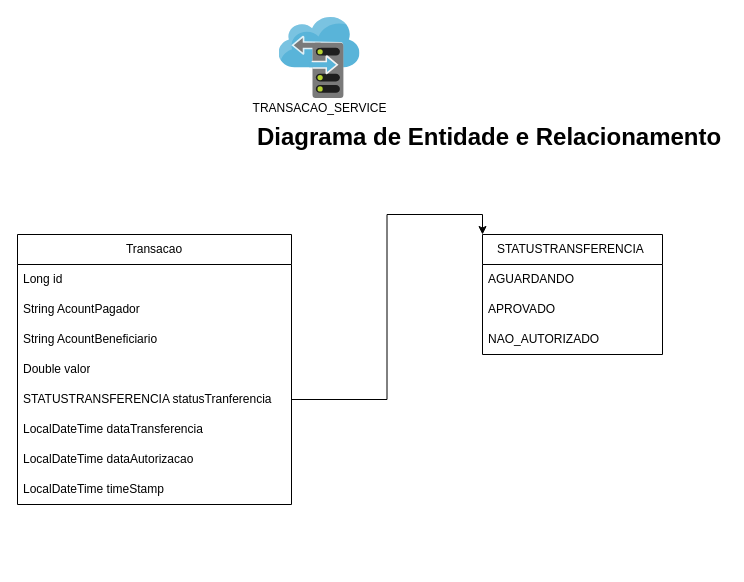
This is page "Diagrama TRANSACAO_SERVICE Nível 3" (7 of 8) of Documentação/Diagrama de funcionamento.drawio from marcelquin/BancoFake, a draw.io file, before an edit. Source tidied: cells renumbered, new cells numbered last; positions are measured from the earlier drawing's top-left corner, leaving out a move shared by most shapes. Both pictures are drawn from the tidied source at 100%, with x=0, y=0 at pixel (17, 17).
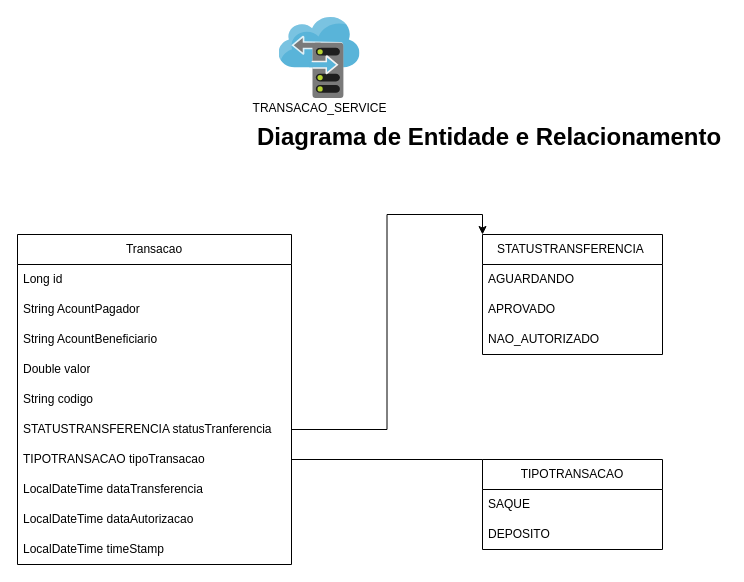
The same page after the edit.

Change to the diagram source:
```diff
@@
     <mxCell id="6" value="Transacao" style="swimlane;fontStyle=0;horizontal=1;startSize=30;whiteSpace=wrap;html=1;" parent="1" vertex="1">
-      <mxGeometry y="217" width="274" height="270" as="geometry" />
+      <mxGeometry y="217" width="274" height="330" as="geometry" />
     </mxCell>
@@
+    <mxCell id="20" value="String codigo" style="text;strokeColor=none;fillColor=none;align=left;verticalAlign=middle;spacingLeft=4;spacingRight=4;overflow=hidden;whiteSpace=wrap;html=1;" parent="6" vertex="1">
+      <mxGeometry y="150" width="274" height="30" as="geometry" />
+    </mxCell>
     <mxCell id="11" value="STATUSTRANSFERENCIA statusTranferencia" style="text;strokeColor=none;fillColor=none;align=left;verticalAlign=middle;spacingLeft=4;spacingRight=4;overflow=hidden;points=[[0,0.5],[1,0.5]];portConstraint=eastwest;whiteSpace=wrap;html=1;" parent="6" vertex="1">
-      <mxGeometry y="150" width="274" height="30" as="geometry" />
+      <mxGeometry y="180" width="274" height="30" as="geometry" />
     </mxCell>
+    <mxCell id="21" value="TIPOTRANSACAO tipoTransacao" style="text;strokeColor=none;fillColor=none;align=left;verticalAlign=middle;spacingLeft=4;spacingRight=4;overflow=hidden;points=[[0,0.5],[1,0.5]];portConstraint=eastwest;whiteSpace=wrap;html=1;" parent="6" vertex="1">
+      <mxGeometry y="210" width="274" height="30" as="geometry" />
+    </mxCell>
     <mxCell id="12" value="LocalDateTime dataTransferencia" style="text;strokeColor=none;fillColor=none;align=left;verticalAlign=middle;spacingLeft=4;spacingRight=4;overflow=hidden;whiteSpace=wrap;html=1;" parent="6" vertex="1">
-      <mxGeometry y="180" width="274" height="30" as="geometry" />
+      <mxGeometry y="240" width="274" height="30" as="geometry" />
     </mxCell>
     <mxCell id="13" value="LocalDateTime dataAutorizacao" style="text;strokeColor=none;fillColor=none;align=left;verticalAlign=middle;spacingLeft=4;spacingRight=4;overflow=hidden;whiteSpace=wrap;html=1;" parent="6" vertex="1">
-      <mxGeometry y="210" width="274" height="30" as="geometry" />
+      <mxGeometry y="270" width="274" height="30" as="geometry" />
     </mxCell>
     <mxCell id="14" value="LocalDateTime timeStamp" style="text;strokeColor=none;fillColor=none;align=left;verticalAlign=middle;spacingLeft=4;spacingRight=4;overflow=hidden;whiteSpace=wrap;html=1;" parent="6" vertex="1">
-      <mxGeometry y="240" width="274" height="30" as="geometry" />
+      <mxGeometry y="300" width="274" height="30" as="geometry" />
     </mxCell>
@@
+    <mxCell id="22" value="&lt;div style=&quot;text-align: left;&quot;&gt;&lt;span style=&quot;background-color: initial;&quot;&gt;TIPOTRANSACAO&lt;/span&gt;&lt;/div&gt;" style="swimlane;fontStyle=0;horizontal=1;startSize=30;whiteSpace=wrap;html=1;" parent="1" vertex="1">
+      <mxGeometry x="465" y="442" width="180" height="90" as="geometry" />
+    </mxCell>
+    <mxCell id="23" value="SAQUE" style="text;strokeColor=none;fillColor=none;align=left;verticalAlign=middle;spacingLeft=4;spacingRight=4;overflow=hidden;whiteSpace=wrap;html=1;" parent="22" vertex="1">
+      <mxGeometry y="30" width="180" height="30" as="geometry" />
+    </mxCell>
+    <mxCell id="24" value="DEPOSITO" style="text;strokeColor=none;fillColor=none;align=left;verticalAlign=middle;spacingLeft=4;spacingRight=4;overflow=hidden;whiteSpace=wrap;html=1;" parent="22" vertex="1">
+      <mxGeometry y="60" width="180" height="30" as="geometry" />
+    </mxCell>
+    <mxCell id="25" style="edgeStyle=none;shape=connector;rounded=0;jettySize=auto;html=1;exitX=1;exitY=0.5;exitDx=0;exitDy=0;entryX=0;entryY=0;entryDx=0;entryDy=0;strokeColor=default;align=center;verticalAlign=middle;fontFamily=Helvetica;fontSize=11;fontColor=default;labelBackgroundColor=default;endArrow=none;" parent="1" edge="1" source="21" target="22">
+      <mxGeometry relative="1" as="geometry" />
+    </mxCell>
```
